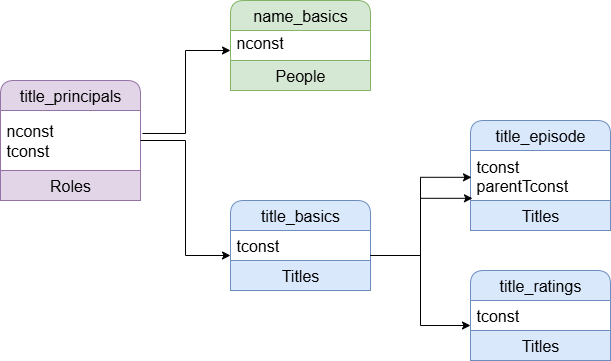
Earlier version of the draw.io export docs/data_integration.png (logant19/IMDb_Analytics_Project). Source tidied: cells renumbered, new cells last; positions are measured from the earlier drawing's top-left corner, leaving out a move shared by most shapes.
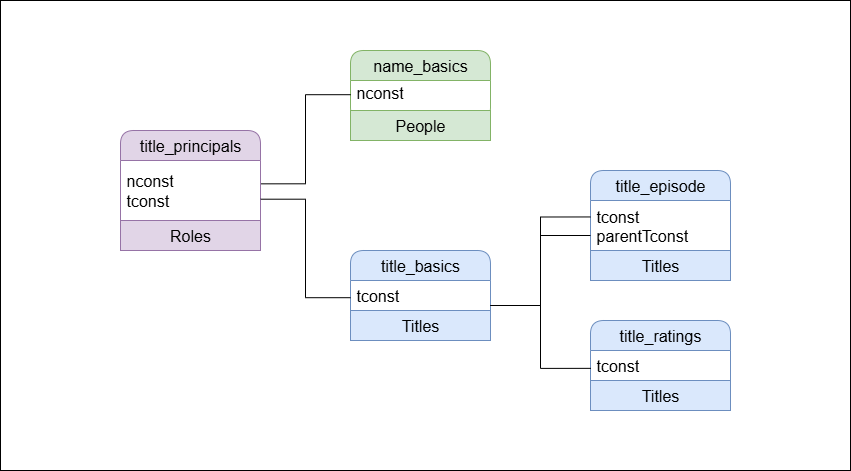
The same file after the commit.

Commit message:
Added documentation and data integration diagram

Change to the diagram source:
```diff
@@ -2,6 +2,9 @@
   <root>
     <mxCell id="0" />
     <mxCell id="1" parent="0" />
+    <mxCell id="23" style="rounded=0;whiteSpace=wrap;html=1;" parent="1" vertex="1">
+      <mxGeometry x="-120" y="-50" width="850" height="470" as="geometry" />
+    </mxCell>
     <mxCell id="2" value="name_basics" style="swimlane;fontStyle=0;horizontal=1;startSize=30;whiteSpace=wrap;html=1;rounded=1;fillColor=#d5e8d4;strokeColor=#82b366;fontSize=16;" parent="1" vertex="1">
       <mxGeometry x="230" width="140" height="70" as="geometry" />
     </mxCell>
@@ -35,19 +38,19 @@
     <mxCell id="12" value="&lt;font style=&quot;font-size: 16px;&quot;&gt;tconst&lt;/font&gt;&lt;div&gt;&lt;font style=&quot;font-size: 16px;&quot;&gt;&lt;br&gt;&lt;/font&gt;&lt;/div&gt;" style="text;strokeColor=none;fillColor=none;align=left;verticalAlign=middle;spacingLeft=4;spacingRight=4;overflow=hidden;points=[[0,0.5],[1,0.5]];portConstraint=eastwest;whiteSpace=wrap;html=1;fontSize=13;" parent="11" vertex="1">
       <mxGeometry y="30" width="140" height="50" as="geometry" />
     </mxCell>
-    <mxCell id="13" style="edgeStyle=orthogonalEdgeStyle;rounded=0;jettySize=auto;html=1;exitX=1.014;exitY=0.383;exitDx=0;exitDy=0;entryX=0;entryY=0.5;entryDx=0;entryDy=0;exitPerimeter=0;" parent="1" edge="1" source="9" target="3">
+    <mxCell id="13" style="edgeStyle=orthogonalEdgeStyle;rounded=0;jettySize=auto;html=1;exitX=1.004;exitY=0.389;exitDx=0;exitDy=0;entryX=0.001;entryY=0.355;entryDx=0;entryDy=0;exitPerimeter=0;endArrow=none;endFill=0;entryPerimeter=0;" parent="1" edge="1" source="9" target="3">
       <mxGeometry relative="1" as="geometry" />
     </mxCell>
-    <mxCell id="14" style="edgeStyle=orthogonalEdgeStyle;rounded=0;jettySize=auto;html=1;exitX=1;exitY=0.5;exitDx=0;exitDy=0;entryX=0;entryY=0.5;entryDx=0;entryDy=0;" parent="1" edge="1" source="9" target="5">
+    <mxCell id="14" style="edgeStyle=orthogonalEdgeStyle;rounded=0;jettySize=auto;html=1;exitX=1.002;exitY=0.645;exitDx=0;exitDy=0;entryX=0;entryY=0.344;entryDx=0;entryDy=0;endArrow=none;endFill=0;entryPerimeter=0;exitPerimeter=0;" parent="1" edge="1" source="9" target="5">
       <mxGeometry relative="1" as="geometry" />
     </mxCell>
-    <mxCell id="15" style="edgeStyle=orthogonalEdgeStyle;rounded=0;jettySize=auto;html=1;exitX=1;exitY=0.5;exitDx=0;exitDy=0;entryX=0.007;entryY=0.383;entryDx=0;entryDy=0;entryPerimeter=0;" parent="1" edge="1" source="5" target="7">
+    <mxCell id="15" style="edgeStyle=orthogonalEdgeStyle;rounded=0;jettySize=auto;html=1;exitX=1;exitY=0.5;exitDx=0;exitDy=0;entryX=-0.001;entryY=0.235;entryDx=0;entryDy=0;entryPerimeter=0;endArrow=none;endFill=0;" parent="1" edge="1" source="5" target="7">
       <mxGeometry relative="1" as="geometry" />
     </mxCell>
-    <mxCell id="16" style="edgeStyle=orthogonalEdgeStyle;rounded=0;jettySize=auto;html=1;exitX=1;exitY=0.5;exitDx=0;exitDy=0;entryX=0.014;entryY=0.683;entryDx=0;entryDy=0;entryPerimeter=0;" parent="1" edge="1" source="5" target="7">
+    <mxCell id="16" style="edgeStyle=orthogonalEdgeStyle;rounded=0;jettySize=auto;html=1;exitX=1;exitY=0.5;exitDx=0;exitDy=0;entryX=0;entryY=0.5;entryDx=0;entryDy=0;endArrow=none;endFill=0;" parent="1" edge="1" source="5" target="7">
       <mxGeometry relative="1" as="geometry" />
     </mxCell>
-    <mxCell id="17" style="edgeStyle=orthogonalEdgeStyle;rounded=0;jettySize=auto;html=1;exitX=1;exitY=0.5;exitDx=0;exitDy=0;entryX=0;entryY=0.5;entryDx=0;entryDy=0;" parent="1" edge="1" source="5" target="12">
+    <mxCell id="17" style="edgeStyle=orthogonalEdgeStyle;rounded=0;jettySize=auto;html=1;exitX=1;exitY=0.5;exitDx=0;exitDy=0;entryX=0.003;entryY=0.357;entryDx=0;entryDy=0;endArrow=none;endFill=0;entryPerimeter=0;" parent="1" edge="1" source="5" target="12">
       <mxGeometry relative="1" as="geometry" />
     </mxCell>
     <mxCell id="18" value="People" style="rounded=0;whiteSpace=wrap;html=1;fontSize=16;fillColor=#d5e8d4;strokeColor=#82b366;" parent="1" vertex="1">
```
